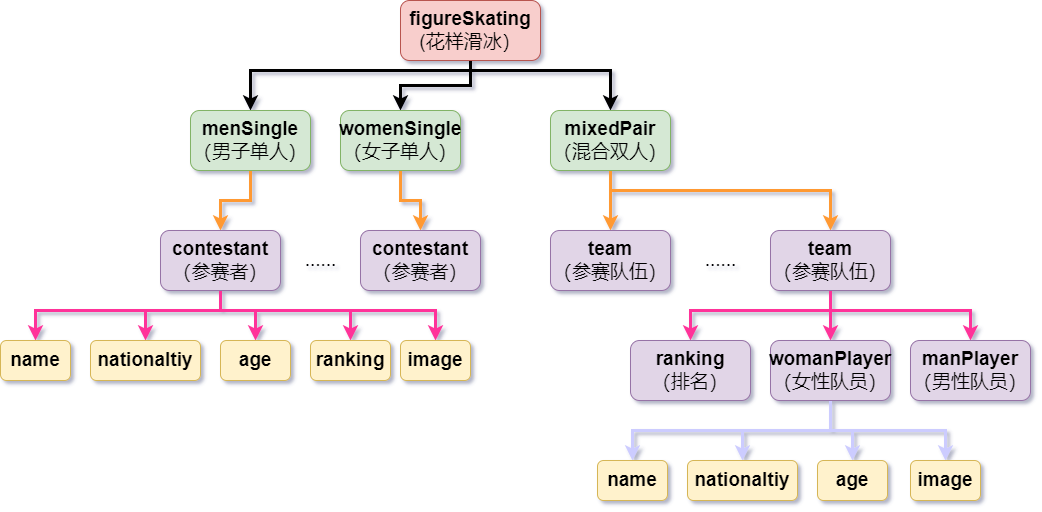
Before: res/olympics.drawio.png, a diagram exported from draw.io (ACupofAir/SEU-XML-Course). Source tidied: cells renumbered, new cells last; positions are measured from the earlier drawing's top-left corner, leaving out a move shared by most shapes.
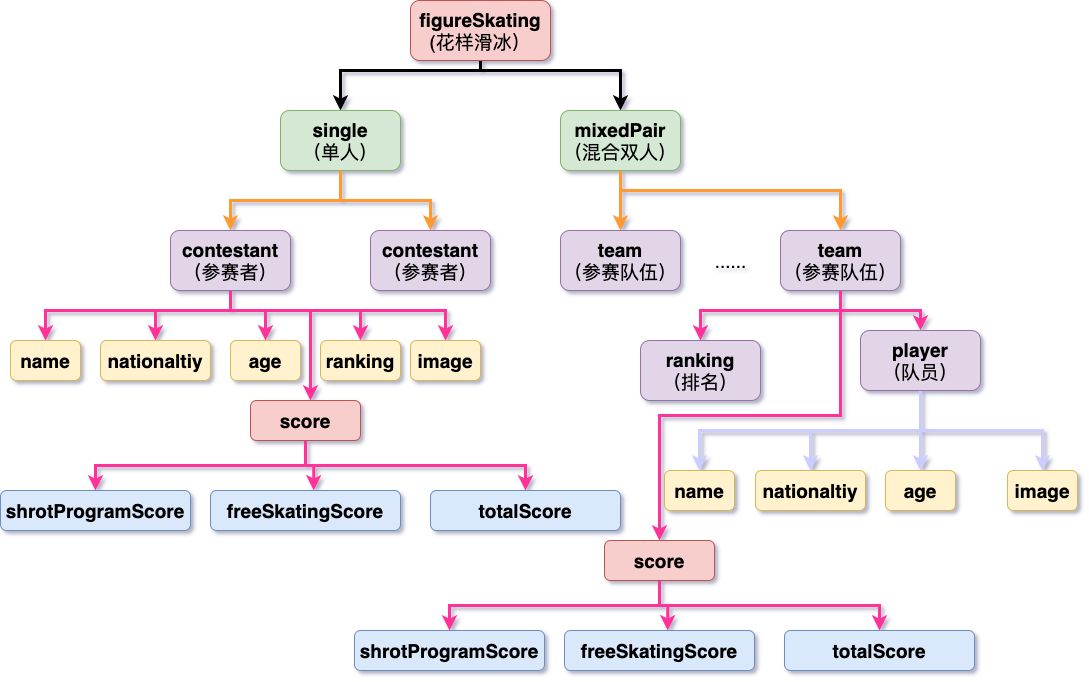
The same file after the commit.

Diff of the diagram source:
```diff
@@ -6,13 +6,10 @@
       <mxGeometry relative="1" as="geometry">
         <Array as="points">
           <mxPoint x="470" y="70" />
-          <mxPoint x="250" y="70" />
+          <mxPoint x="330" y="70" />
         </Array>
       </mxGeometry>
     </mxCell>
-    <mxCell id="3" style="edgeStyle=orthogonalEdgeStyle;rounded=0;jettySize=auto;html=1;entryX=0.5;entryY=0;entryDx=0;entryDy=0;fontSize=19;strokeWidth=3;" parent="1" edge="1" source="5" target="9">
-      <mxGeometry relative="1" as="geometry" />
-    </mxCell>
     <mxCell id="4" style="edgeStyle=orthogonalEdgeStyle;rounded=0;jettySize=auto;html=1;fontSize=19;strokeWidth=3;" parent="1" edge="1" source="5" target="12">
       <mxGeometry relative="1" as="geometry">
         <Array as="points">
@@ -27,15 +24,12 @@
     <mxCell id="6" style="edgeStyle=orthogonalEdgeStyle;rounded=0;jettySize=auto;html=1;fontSize=19;strokeColor=#FF9933;strokeWidth=3;" parent="1" edge="1" source="7" target="18">
       <mxGeometry relative="1" as="geometry" />
     </mxCell>
-    <mxCell id="7" value="&lt;b&gt;menSingle&lt;/b&gt;&lt;br&gt;（男子单人）" style="rounded=1;whiteSpace=wrap;html=1;fontSize=19;fillColor=#d5e8d4;strokeColor=#82b366;" parent="1" vertex="1">
-      <mxGeometry x="190" y="110" width="120" height="60" as="geometry" />
+    <mxCell id="7" value="&lt;b&gt;single&lt;/b&gt;&lt;br&gt;（单人）" style="rounded=1;whiteSpace=wrap;html=1;fontSize=19;fillColor=#d5e8d4;strokeColor=#82b366;" parent="1" vertex="1">
+      <mxGeometry x="270" y="110" width="120" height="60" as="geometry" />
     </mxCell>
-    <mxCell id="8" style="edgeStyle=orthogonalEdgeStyle;rounded=0;jettySize=auto;html=1;entryX=0.5;entryY=0;entryDx=0;entryDy=0;fontSize=19;strokeColor=#FF9933;strokeWidth=3;" parent="1" edge="1" source="9" target="19">
+    <mxCell id="8" style="edgeStyle=orthogonalEdgeStyle;rounded=0;jettySize=auto;html=1;entryX=0.5;entryY=0;entryDx=0;entryDy=0;fontSize=19;strokeColor=#FF9933;strokeWidth=3;exitX=0.5;exitY=1;exitDx=0;exitDy=0;" parent="1" edge="1" source="7" target="19">
       <mxGeometry relative="1" as="geometry" />
     </mxCell>
-    <mxCell id="9" value="&lt;b&gt;womenSingle&lt;/b&gt;&lt;br&gt;（女子单人）" style="rounded=1;whiteSpace=wrap;html=1;fontSize=19;fillColor=#d5e8d4;strokeColor=#82b366;" parent="1" vertex="1">
-      <mxGeometry x="340" y="110" width="120" height="60" as="geometry" />
-    </mxCell>
     <mxCell id="10" style="edgeStyle=orthogonalEdgeStyle;rounded=0;jettySize=auto;html=1;entryX=0.5;entryY=0;entryDx=0;entryDy=0;fontSize=19;strokeColor=#FF9933;strokeWidth=3;" parent="1" edge="1" source="12" target="20">
       <mxGeometry relative="1" as="geometry" />
     </mxCell>
@@ -90,6 +84,14 @@
         </Array>
       </mxGeometry>
     </mxCell>
+    <mxCell id="43" style="edgeStyle=orthogonalEdgeStyle;rounded=0;jettySize=auto;html=1;exitX=0.5;exitY=1;exitDx=0;exitDy=0;fillColor=#f8cecc;strokeColor=#FF3399;strokeWidth=3;" parent="1" edge="1" source="18" target="48">
+      <mxGeometry relative="1" as="geometry">
+        <Array as="points">
+          <mxPoint x="220" y="310" />
+          <mxPoint x="300" y="310" />
+        </Array>
+      </mxGeometry>
+    </mxCell>
     <mxCell id="18" value="&lt;b&gt;contestant&lt;/b&gt;&lt;br&gt;（参赛者）" style="rounded=1;whiteSpace=wrap;html=1;fontSize=19;fillColor=#e1d5e7;strokeColor=#9673a6;" parent="1" vertex="1">
       <mxGeometry x="160" y="230" width="120" height="60" as="geometry" />
     </mxCell>
@@ -110,23 +112,15 @@
     <mxCell id="22" style="edgeStyle=orthogonalEdgeStyle;rounded=0;jettySize=auto;html=1;entryX=0.5;entryY=0;entryDx=0;entryDy=0;fontSize=19;strokeColor=#FF3399;strokeWidth=3;" parent="1" edge="1" source="24" target="37">
       <mxGeometry relative="1" as="geometry" />
     </mxCell>
-    <mxCell id="23" style="edgeStyle=orthogonalEdgeStyle;rounded=0;jettySize=auto;html=1;fontSize=19;strokeColor=#FF3399;strokeWidth=3;" parent="1" edge="1" source="24" target="38">
-      <mxGeometry relative="1" as="geometry">
-        <Array as="points">
-          <mxPoint x="830" y="310" />
-          <mxPoint x="970" y="310" />
-        </Array>
-      </mxGeometry>
-    </mxCell>
+    <mxCell id="44" style="edgeStyle=orthogonalEdgeStyle;rounded=0;jettySize=auto;html=1;exitX=0.5;exitY=1;exitDx=0;exitDy=0;entryX=0.5;entryY=0;entryDx=0;entryDy=0;strokeColor=#FF3399;strokeWidth=3;" parent="1" edge="1" source="24" target="55">
+      <mxGeometry relative="1" as="geometry" />
+    </mxCell>
     <mxCell id="24" value="&lt;b&gt;team&lt;/b&gt;&lt;br&gt;（参赛队伍）" style="rounded=1;whiteSpace=wrap;html=1;fontSize=19;fillColor=#e1d5e7;strokeColor=#9673a6;" parent="1" vertex="1">
       <mxGeometry x="770" y="230" width="120" height="60" as="geometry" />
     </mxCell>
     <mxCell id="25" value="......" style="text;html=1;align=center;verticalAlign=middle;strokeColor=none;fillColor=none;fontSize=19;" parent="1" vertex="1">
       <mxGeometry x="695" y="245" width="50" height="30" as="geometry" />
     </mxCell>
-    <mxCell id="26" value="......" style="text;html=1;align=center;verticalAlign=middle;strokeColor=none;fillColor=none;fontSize=19;" parent="1" vertex="1">
-      <mxGeometry x="295" y="245" width="50" height="30" as="geometry" />
-    </mxCell>
     <mxCell id="27" value="&lt;b&gt;name&lt;/b&gt;" style="rounded=1;whiteSpace=wrap;html=1;fontSize=19;fillColor=#fff2cc;strokeColor=#d6b656;" parent="1" vertex="1">
       <mxGeometry y="340" width="70" height="40" as="geometry" />
     </mxCell>
@@ -164,23 +158,62 @@
         <mxPoint x="830" y="430" as="sourcePoint" />
       </mxGeometry>
     </mxCell>
-    <mxCell id="37" value="&lt;b&gt;womanPlayer&lt;/b&gt;&lt;br&gt;（女性队员）" style="rounded=1;whiteSpace=wrap;html=1;fontSize=19;fillColor=#e1d5e7;strokeColor=#9673a6;" parent="1" vertex="1">
-      <mxGeometry x="770" y="340" width="120" height="60" as="geometry" />
+    <mxCell id="37" value="&lt;b&gt;player&lt;/b&gt;&lt;br&gt;（队员）" style="rounded=1;whiteSpace=wrap;html=1;fontSize=19;fillColor=#e1d5e7;strokeColor=#9673a6;" parent="1" vertex="1">
+      <mxGeometry x="850" y="330" width="120" height="60" as="geometry" />
     </mxCell>
-    <mxCell id="38" value="&lt;b&gt;manPlayer&lt;/b&gt;&lt;br&gt;（男性队员）" style="rounded=1;whiteSpace=wrap;html=1;fontSize=19;fillColor=#e1d5e7;strokeColor=#9673a6;" parent="1" vertex="1">
-      <mxGeometry x="910" y="340" width="120" height="60" as="geometry" />
-    </mxCell>
     <mxCell id="39" value="&lt;b&gt;name&lt;/b&gt;" style="rounded=1;whiteSpace=wrap;html=1;fontSize=19;fillColor=#fff2cc;strokeColor=#d6b656;" parent="1" vertex="1">
-      <mxGeometry x="597" y="460" width="70" height="40" as="geometry" />
+      <mxGeometry x="654" y="470" width="70" height="40" as="geometry" />
     </mxCell>
     <mxCell id="40" value="&lt;b&gt;nationaltiy&lt;br&gt;&lt;/b&gt;" style="rounded=1;whiteSpace=wrap;html=1;fontSize=19;fillColor=#fff2cc;strokeColor=#d6b656;" parent="1" vertex="1">
-      <mxGeometry x="687" y="460" width="110" height="40" as="geometry" />
+      <mxGeometry x="745" y="470" width="110" height="40" as="geometry" />
     </mxCell>
     <mxCell id="41" value="&lt;b&gt;age&lt;/b&gt;" style="rounded=1;whiteSpace=wrap;html=1;fontSize=19;fillColor=#fff2cc;strokeColor=#d6b656;" parent="1" vertex="1">
-      <mxGeometry x="817" y="460" width="70" height="40" as="geometry" />
+      <mxGeometry x="875" y="470" width="70" height="40" as="geometry" />
     </mxCell>
     <mxCell id="42" value="&lt;b&gt;image&lt;/b&gt;" style="rounded=1;whiteSpace=wrap;html=1;fontSize=19;fillColor=#fff2cc;strokeColor=#d6b656;" parent="1" vertex="1">
-      <mxGeometry x="910" y="460" width="70" height="40" as="geometry" />
+      <mxGeometry x="997" y="470" width="70" height="40" as="geometry" />
     </mxCell>
+    <mxCell id="45" style="edgeStyle=orthogonalEdgeStyle;rounded=0;jettySize=auto;html=1;exitX=0.5;exitY=1;exitDx=0;exitDy=0;strokeColor=#FF3399;strokeWidth=3;" parent="1" edge="1" source="48" target="49">
+      <mxGeometry relative="1" as="geometry" />
+    </mxCell>
+    <mxCell id="46" style="edgeStyle=orthogonalEdgeStyle;rounded=0;jettySize=auto;html=1;exitX=0.5;exitY=1;exitDx=0;exitDy=0;entryX=0.543;entryY=-0.003;entryDx=0;entryDy=0;entryPerimeter=0;strokeColor=#FF3399;strokeWidth=3;" parent="1" edge="1" source="48" target="50">
+      <mxGeometry relative="1" as="geometry" />
+    </mxCell>
+    <mxCell id="47" style="edgeStyle=orthogonalEdgeStyle;rounded=0;jettySize=auto;html=1;exitX=0.5;exitY=1;exitDx=0;exitDy=0;entryX=0.5;entryY=0;entryDx=0;entryDy=0;strokeColor=#FF3399;strokeWidth=3;" parent="1" edge="1" source="48" target="51">
+      <mxGeometry relative="1" as="geometry" />
+    </mxCell>
+    <mxCell id="48" value="&lt;font style=&quot;font-size: 19px&quot;&gt;&lt;b&gt;score&lt;/b&gt;&lt;/font&gt;" style="rounded=1;whiteSpace=wrap;html=1;fillColor=#f8cecc;strokeColor=#b85450;" parent="1" vertex="1">
+      <mxGeometry x="240" y="400" width="110" height="40" as="geometry" />
+    </mxCell>
+    <mxCell id="49" value="&lt;font style=&quot;font-size: 19px&quot;&gt;&lt;b&gt;shrotProgramScore&lt;/b&gt;&lt;/font&gt;" style="rounded=1;whiteSpace=wrap;html=1;fillColor=#dae8fc;strokeColor=#6c8ebf;" parent="1" vertex="1">
+      <mxGeometry x="-10" y="490" width="190" height="40" as="geometry" />
+    </mxCell>
+    <mxCell id="50" value="&lt;font style=&quot;font-size: 19px&quot;&gt;&lt;b&gt;freeSkatingScore&lt;/b&gt;&lt;/font&gt;" style="rounded=1;whiteSpace=wrap;html=1;fillColor=#dae8fc;strokeColor=#6c8ebf;" parent="1" vertex="1">
+      <mxGeometry x="200" y="490" width="190" height="40" as="geometry" />
+    </mxCell>
+    <mxCell id="51" value="&lt;font style=&quot;font-size: 19px&quot;&gt;&lt;b&gt;totalScore&lt;/b&gt;&lt;/font&gt;" style="rounded=1;whiteSpace=wrap;html=1;fillColor=#dae8fc;strokeColor=#6c8ebf;" parent="1" vertex="1">
+      <mxGeometry x="420" y="490" width="190" height="40" as="geometry" />
+    </mxCell>
+    <mxCell id="52" style="edgeStyle=orthogonalEdgeStyle;rounded=0;jettySize=auto;html=1;exitX=0.5;exitY=1;exitDx=0;exitDy=0;strokeColor=#FF3399;strokeWidth=3;" parent="1" edge="1" source="55" target="56">
+      <mxGeometry relative="1" as="geometry" />
+    </mxCell>
+    <mxCell id="53" style="edgeStyle=orthogonalEdgeStyle;rounded=0;jettySize=auto;html=1;exitX=0.5;exitY=1;exitDx=0;exitDy=0;entryX=0.543;entryY=-0.003;entryDx=0;entryDy=0;entryPerimeter=0;strokeColor=#FF3399;strokeWidth=3;" parent="1" edge="1" source="55" target="57">
+      <mxGeometry relative="1" as="geometry" />
+    </mxCell>
+    <mxCell id="54" style="edgeStyle=orthogonalEdgeStyle;rounded=0;jettySize=auto;html=1;exitX=0.5;exitY=1;exitDx=0;exitDy=0;entryX=0.5;entryY=0;entryDx=0;entryDy=0;strokeColor=#FF3399;strokeWidth=3;" parent="1" edge="1" source="55" target="58">
+      <mxGeometry relative="1" as="geometry" />
+    </mxCell>
+    <mxCell id="55" value="&lt;font style=&quot;font-size: 19px&quot;&gt;&lt;b&gt;score&lt;/b&gt;&lt;/font&gt;" style="rounded=1;whiteSpace=wrap;html=1;fillColor=#f8cecc;strokeColor=#b85450;" parent="1" vertex="1">
+      <mxGeometry x="594" y="540" width="110" height="40" as="geometry" />
+    </mxCell>
+    <mxCell id="56" value="&lt;font style=&quot;font-size: 19px&quot;&gt;&lt;b&gt;shrotProgramScore&lt;/b&gt;&lt;/font&gt;" style="rounded=1;whiteSpace=wrap;html=1;fillColor=#dae8fc;strokeColor=#6c8ebf;" parent="1" vertex="1">
+      <mxGeometry x="344" y="630" width="190" height="40" as="geometry" />
+    </mxCell>
+    <mxCell id="57" value="&lt;font style=&quot;font-size: 19px&quot;&gt;&lt;b&gt;freeSkatingScore&lt;/b&gt;&lt;/font&gt;" style="rounded=1;whiteSpace=wrap;html=1;fillColor=#dae8fc;strokeColor=#6c8ebf;" parent="1" vertex="1">
+      <mxGeometry x="554" y="630" width="190" height="40" as="geometry" />
+    </mxCell>
+    <mxCell id="58" value="&lt;font style=&quot;font-size: 19px&quot;&gt;&lt;b&gt;totalScore&lt;/b&gt;&lt;/font&gt;" style="rounded=1;whiteSpace=wrap;html=1;fillColor=#dae8fc;strokeColor=#6c8ebf;" parent="1" vertex="1">
+      <mxGeometry x="774" y="630" width="190" height="40" as="geometry" />
+    </mxCell>
   </root>
 </mxGraphModel>
```
